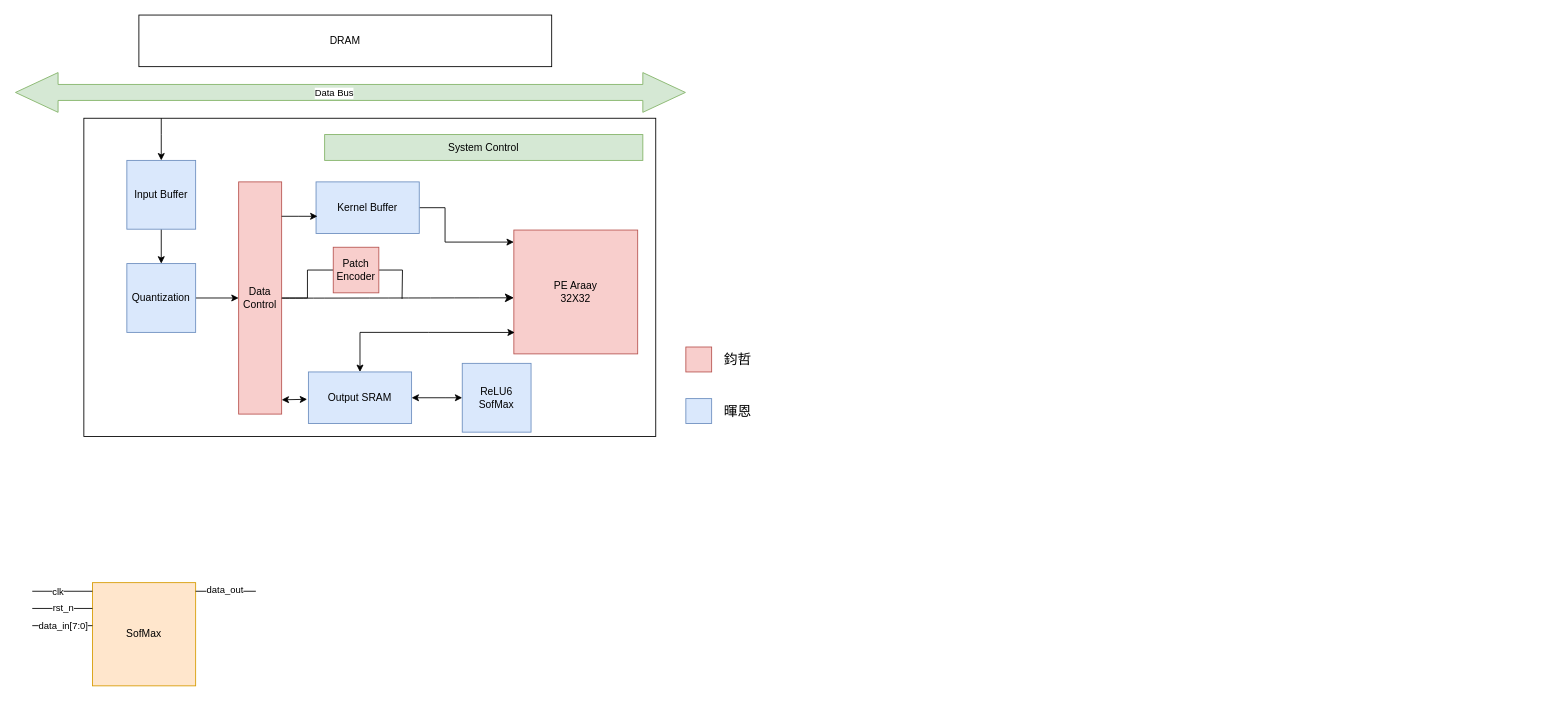
The draw.io diagram 未命名绘图.drawio in jihuien/ML100Days, before the edit. Source tidied: cells renumbered, new cells numbered last; positions are measured from the earlier drawing's top-left corner, leaving out a move shared by most shapes. Both pictures are drawn from the tidied source at 86%, with x=0, y=0 at pixel (15, 15).
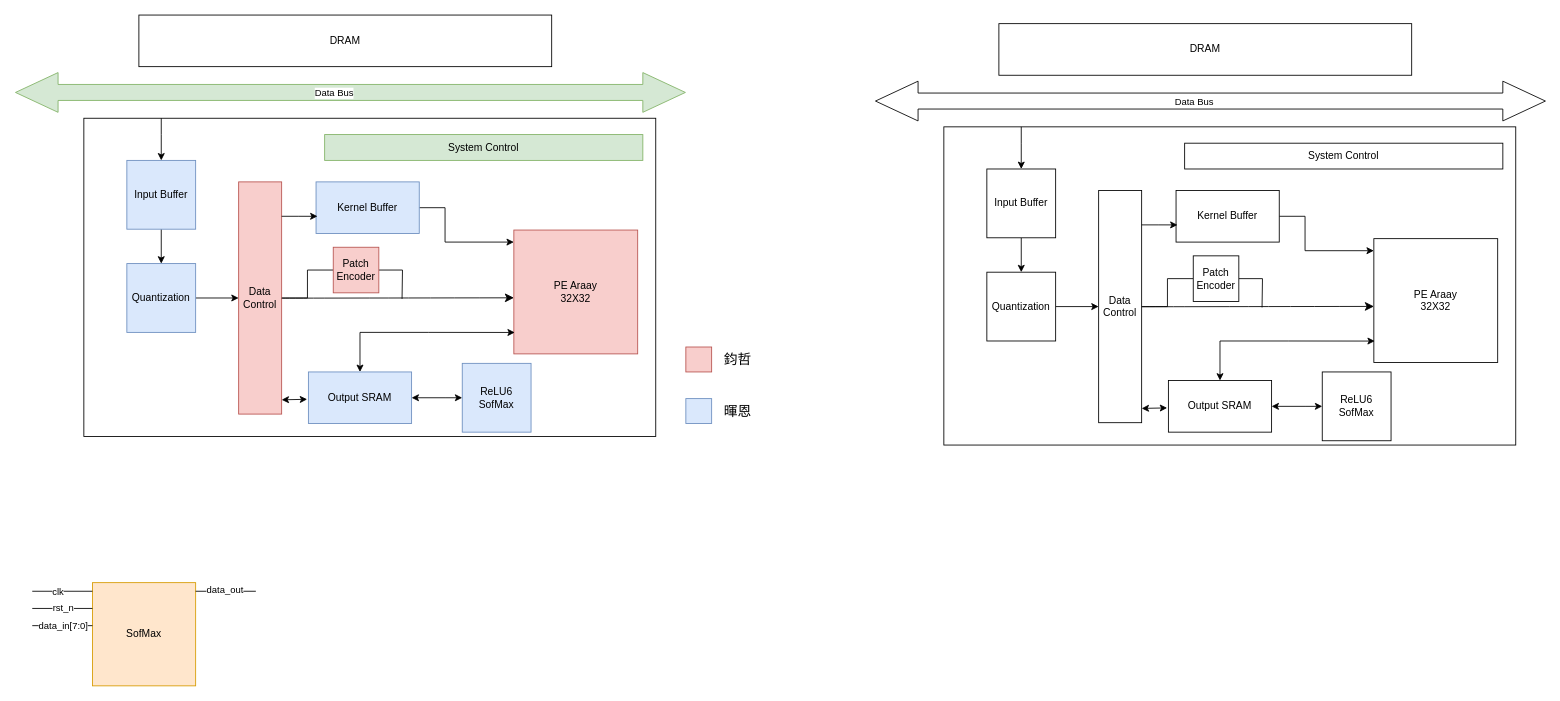
After the change.

Commit message:
更新未命名绘图.drawio

Diff of the diagram source:
```diff
@@
+    <mxCell id="39" style="rounded=0;whiteSpace=wrap;html=1;" parent="1" vertex="1">
+      <mxGeometry x="1080" y="130" width="665" height="370" as="geometry" />
+    </mxCell>
+    <mxCell id="40" value="DRAM" style="rounded=0;whiteSpace=wrap;html=1;" parent="1" vertex="1">
+      <mxGeometry x="1144" y="10" width="480" height="60" as="geometry" />
+    </mxCell>
+    <mxCell id="41" style="edgeStyle=orthogonalEdgeStyle;rounded=0;jettySize=auto;html=1;exitX=1;exitY=0.5;exitDx=0;exitDy=0;" parent="1" edge="1" source="42" target="43">
+      <mxGeometry relative="1" as="geometry">
+        <Array as="points">
+          <mxPoint x="1500" y="234" />
+          <mxPoint x="1500" y="274" />
+        </Array>
+      </mxGeometry>
+    </mxCell>
+    <mxCell id="42" value="Kernel Buffer" style="rounded=0;whiteSpace=wrap;html=1;" parent="1" vertex="1">
+      <mxGeometry x="1350" y="204" width="120" height="60" as="geometry" />
+    </mxCell>
+    <mxCell id="43" value="PE Araay&lt;div&gt;32X32&lt;/div&gt;" style="whiteSpace=wrap;html=1;" parent="1" vertex="1">
+      <mxGeometry x="1580" y="260" width="144" height="144" as="geometry" />
+    </mxCell>
+    <mxCell id="44" value="System Control" style="rounded=0;whiteSpace=wrap;html=1;" parent="1" vertex="1">
+      <mxGeometry x="1360" y="149" width="370" height="30" as="geometry" />
+    </mxCell>
+    <mxCell id="45" style="edgeStyle=orthogonalEdgeStyle;rounded=0;jettySize=auto;html=1;entryX=0;entryY=0.5;entryDx=0;entryDy=0;fontSize=12;startSize=8;endSize=8;endArrow=none;startFill=0;" parent="1" edge="1" source="46" target="58">
+      <mxGeometry relative="1" as="geometry" />
+    </mxCell>
+    <mxCell id="46" value="Data Control" style="rounded=0;whiteSpace=wrap;html=1;" parent="1" vertex="1">
+      <mxGeometry x="1260" y="204" width="50" height="270" as="geometry" />
+    </mxCell>
+    <mxCell id="47" style="edgeStyle=orthogonalEdgeStyle;rounded=0;jettySize=auto;html=1;" parent="1" edge="1" source="48" target="46">
+      <mxGeometry relative="1" as="geometry" />
+    </mxCell>
+    <mxCell id="48" value="Quantization" style="whiteSpace=wrap;html=1;" parent="1" vertex="1">
+      <mxGeometry x="1130" y="299" width="80" height="80" as="geometry" />
+    </mxCell>
+    <mxCell id="49" style="edgeStyle=orthogonalEdgeStyle;rounded=0;jettySize=auto;html=1;" parent="1" edge="1" source="50" target="48">
+      <mxGeometry relative="1" as="geometry" />
+    </mxCell>
+    <mxCell id="50" value="Input Buffer" style="whiteSpace=wrap;html=1;" parent="1" vertex="1">
+      <mxGeometry x="1130" y="179" width="80" height="80" as="geometry" />
+    </mxCell>
+    <mxCell id="51" style="endArrow=classic;html=1;rounded=0;entryX=0.5;entryY=0;entryDx=0;entryDy=0;" parent="1" edge="1" target="50">
+      <mxGeometry relative="1" as="geometry">
+        <mxPoint x="1170" y="130" as="sourcePoint" />
+        <Array as="points">
+          <mxPoint x="1170" y="149" />
+        </Array>
+      </mxGeometry>
+    </mxCell>
+    <mxCell id="52" value="Output SRAM" style="rounded=0;whiteSpace=wrap;html=1;" parent="1" vertex="1">
+      <mxGeometry x="1341.1" y="425" width="120" height="60" as="geometry" />
+    </mxCell>
+    <mxCell id="53" style="edgeStyle=orthogonalEdgeStyle;rounded=0;jettySize=auto;html=1;entryX=0;entryY=0.801;entryDx=0;entryDy=0;entryPerimeter=0;startArrow=classic;startFill=1;" parent="1" edge="1" source="52">
+      <mxGeometry relative="1" as="geometry">
+        <mxPoint x="1581.1" y="379.1" as="targetPoint" />
+        <Array as="points">
+          <mxPoint x="1481.1" y="379" />
+          <mxPoint x="1481.1" y="379" />
+        </Array>
+      </mxGeometry>
+    </mxCell>
+    <mxCell id="54" style="edgeStyle=orthogonalEdgeStyle;rounded=0;jettySize=auto;html=1;entryX=0.014;entryY=0.667;entryDx=0;entryDy=0;entryPerimeter=0;" parent="1" edge="1" source="46" target="42">
+      <mxGeometry relative="1" as="geometry">
+        <Array as="points">
+          <mxPoint x="1330" y="244" />
+          <mxPoint x="1330" y="244" />
+        </Array>
+      </mxGeometry>
+    </mxCell>
+    <mxCell id="55" style="shape=flexArrow;endArrow=classic;startArrow=classic;html=1;rounded=0;startWidth=26.666666666666668;startSize=16.176190476190474;endWidth=26.666666666666668;endSize=16.176190476190474;width=18.57142857142857;" parent="1" edge="1">
+      <mxGeometry relative="1" as="geometry">
+        <mxPoint x="1000" y="100" as="sourcePoint" />
+        <mxPoint x="1780" y="100" as="targetPoint" />
+      </mxGeometry>
+    </mxCell>
+    <mxCell id="56" value="Data Bus" style="edgeLabel;html=1;align=center;verticalAlign=middle;" parent="55" vertex="1">
+      <mxGeometry x="0.07" y="-2" relative="1" as="geometry">
+        <mxPoint x="-47" y="-2" as="offset" />
+      </mxGeometry>
+    </mxCell>
+    <mxCell id="57" style="rounded=0;jettySize=auto;html=1;exitX=1;exitY=0.5;exitDx=0;exitDy=0;fontSize=12;startSize=8;endSize=8;edgeStyle=orthogonalEdgeStyle;endArrow=none;endFill=1;startFill=0;" parent="1" edge="1" source="58">
+      <mxGeometry relative="1" as="geometry">
+        <mxPoint x="1450" y="340" as="targetPoint" />
+      </mxGeometry>
+    </mxCell>
+    <mxCell id="58" value="Patch Encoder" style="whiteSpace=wrap;html=1;" parent="1" vertex="1">
+      <mxGeometry x="1370" y="280" width="53" height="53" as="geometry" />
+    </mxCell>
+    <mxCell id="59" style="edgeStyle=orthogonalEdgeStyle;rounded=0;jettySize=auto;html=1;startArrow=classic;startFill=1;" parent="1" edge="1" source="60" target="52">
+      <mxGeometry relative="1" as="geometry">
+        <Array as="points">
+          <mxPoint x="1500" y="455" />
+          <mxPoint x="1500" y="455" />
+        </Array>
+      </mxGeometry>
+    </mxCell>
+    <mxCell id="60" value="ReLU6&lt;div&gt;SofMax&lt;/div&gt;" style="whiteSpace=wrap;html=1;" parent="1" vertex="1">
+      <mxGeometry x="1520" y="415" width="80" height="80" as="geometry" />
+    </mxCell>
+    <mxCell id="61" style="endArrow=classic;startArrow=classic;html=1;rounded=0;entryX=-0.012;entryY=0.53;entryDx=0;entryDy=0;exitX=0.978;exitY=0.694;exitDx=0;exitDy=0;exitPerimeter=0;entryPerimeter=0;" parent="1" edge="1" target="52">
+      <mxGeometry relative="1" as="geometry">
+        <mxPoint x="1310" y="457.4" as="sourcePoint" />
+      </mxGeometry>
+    </mxCell>
+    <mxCell id="62" style="edgeStyle=none;curved=1;rounded=0;orthogonalLoop=1;jettySize=auto;html=1;entryX=0.001;entryY=0.545;entryDx=0;entryDy=0;entryPerimeter=0;fontSize=12;startSize=8;endSize=8;" parent="1" edge="1">
+      <mxGeometry relative="1" as="geometry">
+        <mxPoint x="1310" y="339.2" as="sourcePoint" />
+        <mxPoint x="1580.1" y="338.8" as="targetPoint" />
+      </mxGeometry>
+    </mxCell>
```
